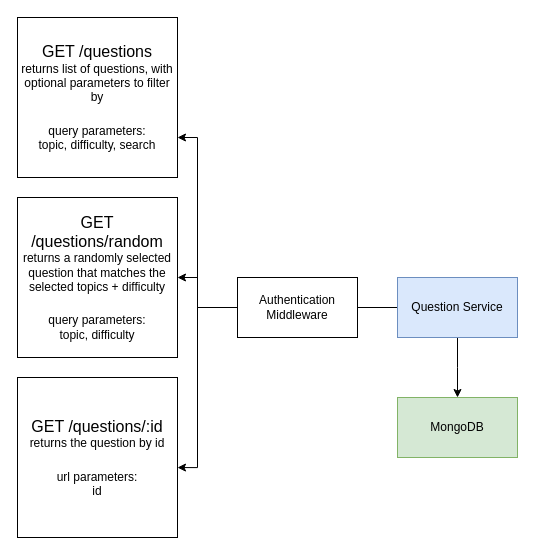
Above: docs/Question_Service.drawio in realqijun/cs3219-ay2526s1-project-g05 (draw.io), before the change. Source tidied: cells renumbered, new cells numbered last; positions are measured from the earlier drawing's top-left corner, leaving out a move shared by most shapes. Both pictures are drawn from the tidied source at 100%, with x=0, y=0 at pixel (17, 17).
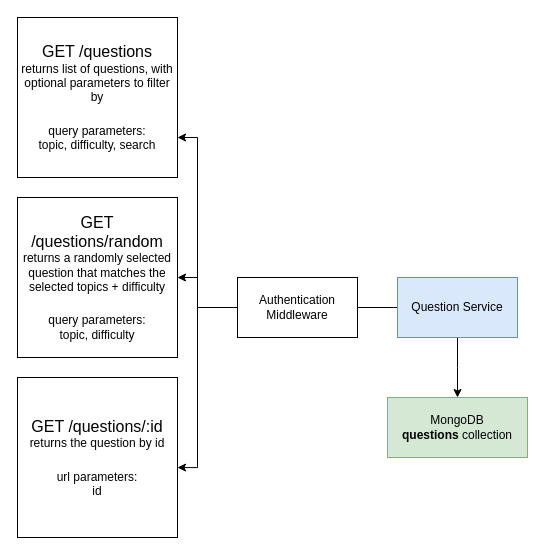
The same diagram, later.

Commit message (it also covers changes not shown here):
Fix question api

Diff of the diagram source:
```diff
@@
 <mxGraphModel>
   <root>
     <mxCell id="0" />
     <mxCell id="1" parent="0" />
     <mxCell id="2" style="edgeStyle=orthogonalEdgeStyle;rounded=0;jettySize=auto;html=1;exitX=0;exitY=0.5;exitDx=0;exitDy=0;" parent="1" edge="1" source="5" target="6">
       <mxGeometry relative="1" as="geometry">
         <Array as="points">
           <mxPoint x="180" y="290" />
           <mxPoint x="180" y="120" />
         </Array>
       </mxGeometry>
     </mxCell>
     <mxCell id="3" style="edgeStyle=orthogonalEdgeStyle;rounded=0;jettySize=auto;html=1;entryX=1;entryY=0.5;entryDx=0;entryDy=0;exitX=0;exitY=0.5;exitDx=0;exitDy=0;" parent="1" edge="1" source="5" target="7">
       <mxGeometry relative="1" as="geometry">
         <Array as="points">
           <mxPoint x="180" y="290" />
           <mxPoint x="180" y="260" />
         </Array>
       </mxGeometry>
     </mxCell>
     <mxCell id="4" style="edgeStyle=orthogonalEdgeStyle;rounded=0;jettySize=auto;html=1;" parent="1" edge="1" source="5">
       <mxGeometry relative="1" as="geometry">
         <mxPoint x="440" y="380" as="targetPoint" />
       </mxGeometry>
     </mxCell>
     <mxCell id="5" value="Question Service" style="rounded=0;whiteSpace=wrap;html=1;fillColor=#dae8fc;strokeColor=#6c8ebf;" parent="1" vertex="1">
       <mxGeometry x="380" y="260" width="120" height="60" as="geometry" />
     </mxCell>
     <mxCell id="6" value="&lt;font style=&quot;font-size: 16px;&quot;&gt;GET /questions&lt;/font&gt;&lt;div&gt;&lt;font&gt;returns list of questions, with optional parameters to filter by&lt;br&gt;&lt;/font&gt;&lt;div&gt;&lt;div&gt;&lt;span style=&quot;font-size: 16px;&quot;&gt;&lt;br&gt;&lt;/span&gt;&lt;div&gt;query parameters:&lt;/div&gt;&lt;div&gt;topic, difficulty, search&lt;/div&gt;&lt;/div&gt;&lt;/div&gt;&lt;/div&gt;" style="rounded=0;whiteSpace=wrap;html=1;" parent="1" vertex="1">
       <mxGeometry width="160" height="160" as="geometry" />
     </mxCell>
     <mxCell id="7" value="&lt;font style=&quot;font-size: 16px;&quot;&gt;GET /questions/random&lt;/font&gt;&lt;div&gt;&lt;font&gt;returns a randomly selected question that matches the selected topics + difficulty&lt;br&gt;&lt;/font&gt;&lt;div&gt;&lt;div&gt;&lt;span style=&quot;font-size: 16px;&quot;&gt;&lt;br&gt;&lt;/span&gt;&lt;div&gt;query parameters:&lt;/div&gt;&lt;div&gt;topic, difficulty&lt;/div&gt;&lt;/div&gt;&lt;/div&gt;&lt;/div&gt;" style="rounded=0;whiteSpace=wrap;html=1;" parent="1" vertex="1">
       <mxGeometry y="180" width="160" height="160" as="geometry" />
     </mxCell>
     <mxCell id="8" value="&lt;font style=&quot;font-size: 16px;&quot;&gt;GET /questions/:id&lt;/font&gt;&lt;div&gt;&lt;font&gt;returns the question by id&lt;br&gt;&lt;/font&gt;&lt;div&gt;&lt;span style=&quot;font-size: 16px;&quot;&gt;&lt;br&gt;&lt;/span&gt;&lt;div&gt;url parameters:&lt;/div&gt;&lt;div&gt;id&lt;/div&gt;&lt;/div&gt;&lt;/div&gt;" style="rounded=0;whiteSpace=wrap;html=1;" parent="1" vertex="1">
       <mxGeometry y="360" width="160" height="160" as="geometry" />
     </mxCell>
     <mxCell id="9" style="edgeStyle=orthogonalEdgeStyle;rounded=0;jettySize=auto;html=1;entryX=1;entryY=0.563;entryDx=0;entryDy=0;entryPerimeter=0;exitX=0;exitY=0.5;exitDx=0;exitDy=0;" parent="1" edge="1" source="10" target="8">
       <mxGeometry relative="1" as="geometry">
         <Array as="points">
           <mxPoint x="180" y="290" />
           <mxPoint x="180" y="450" />
         </Array>
       </mxGeometry>
     </mxCell>
     <mxCell id="10" value="Authentication Middleware" style="rounded=0;whiteSpace=wrap;html=1;" parent="1" vertex="1">
       <mxGeometry x="220" y="260" width="120" height="60" as="geometry" />
     </mxCell>
-    <mxCell id="11" value="MongoDB" style="rounded=0;whiteSpace=wrap;html=1;fillColor=#d5e8d4;strokeColor=#82b366;" parent="1" vertex="1">
-      <mxGeometry x="380" y="380" width="120" height="60" as="geometry" />
+    <mxCell id="11" value="MongoDB&lt;div&gt;&lt;b&gt;questions&lt;/b&gt;&amp;nbsp;collection&lt;/div&gt;" style="rounded=0;whiteSpace=wrap;html=1;fillColor=#d5e8d4;strokeColor=#82b366;" parent="1" vertex="1">
+      <mxGeometry x="370" y="380" width="140" height="60" as="geometry" />
     </mxCell>
   </root>
 </mxGraphModel>
```
